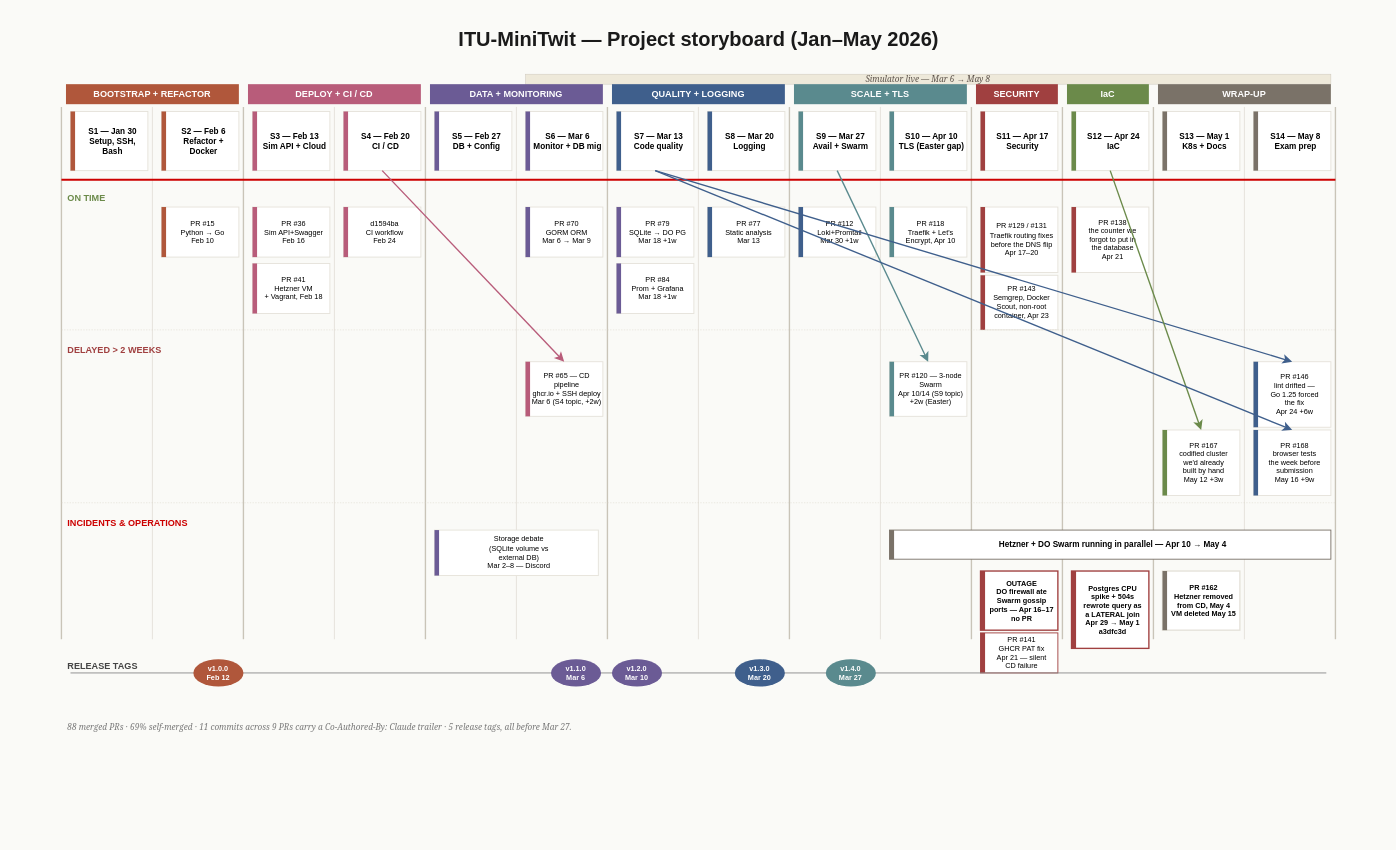
The draw.io diagram report/exam-storyboard.drawio in DevTroopers-ITU/itu-minitwit, before the edit. Source tidied: cells renumbered, new cells numbered last; positions are measured from the earlier drawing's top-left corner, leaving out a move shared by most shapes. Both pictures are drawn from the tidied source at 91%, with x=0, y=0 at pixel (15, 15).
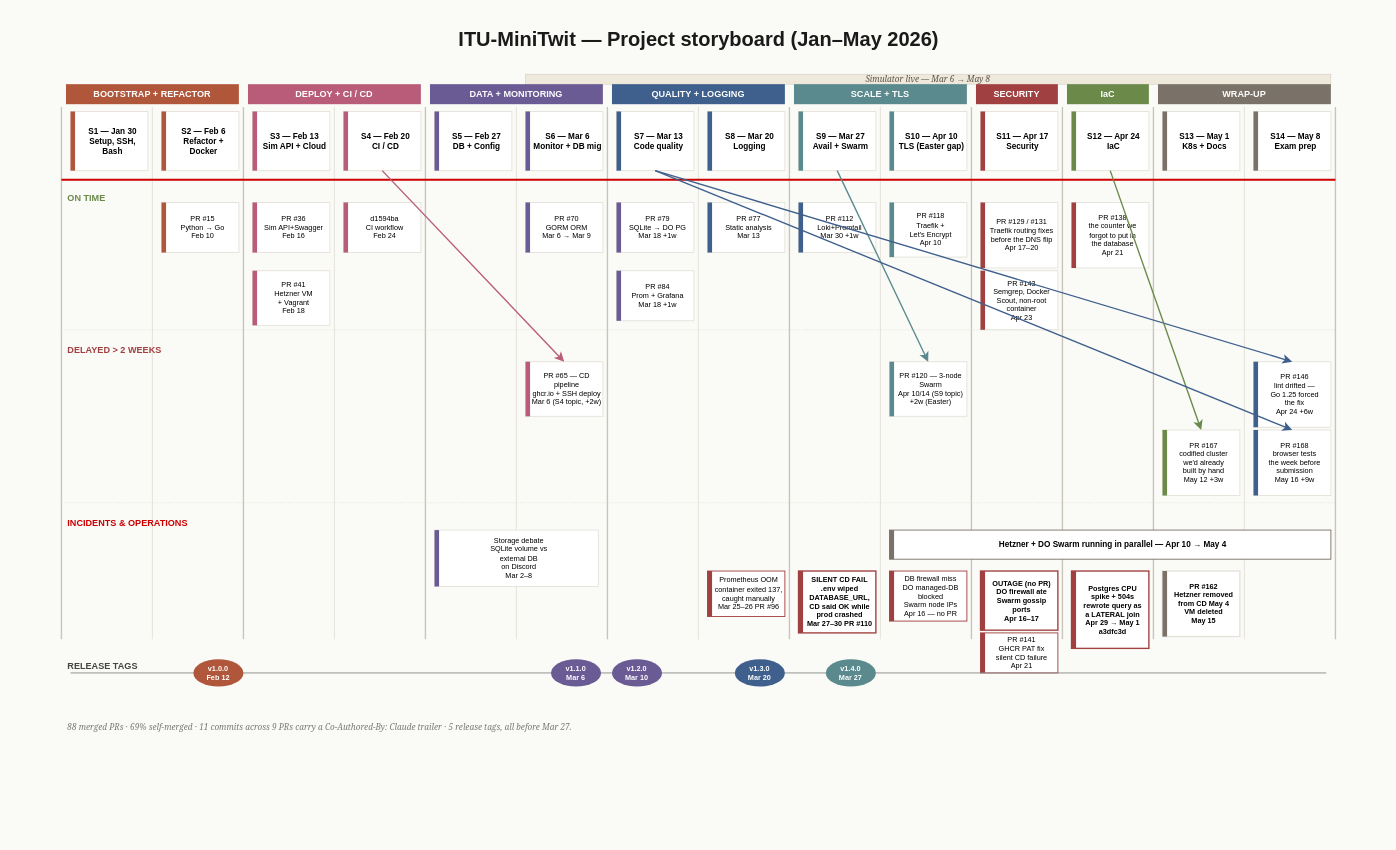
After the change.

Diff of the diagram source:
```diff
@@
     <mxCell id="58" value="PR #15&#10;Python → Go&#10;Feb 10" style="rounded=0;whiteSpace=wrap;html=1;fillColor=#FFFFFF;strokeColor=#E5E2DA;strokeWidth=1;fontSize=8;align=center;verticalAlign=middle;spacingLeft=6;" parent="1" vertex="1">
-      <mxGeometry x="160" y="210" width="85" height="55" as="geometry" />
+      <mxGeometry x="160" y="205" width="85" height="55" as="geometry" />
     </mxCell>
     <mxCell id="59" style="rounded=0;whiteSpace=wrap;html=1;fillColor=#B0573B;strokeColor=none;" parent="1" vertex="1">
-      <mxGeometry x="160" y="210" width="5" height="55" as="geometry" />
+      <mxGeometry x="160" y="205" width="5" height="55" as="geometry" />
     </mxCell>
     <mxCell id="60" value="PR #36&#10;Sim API+Swagger&#10;Feb 16" style="rounded=0;whiteSpace=wrap;html=1;fillColor=#FFFFFF;strokeColor=#E5E2DA;strokeWidth=1;fontSize=8;align=center;verticalAlign=middle;spacingLeft=6;" parent="1" vertex="1">
-      <mxGeometry x="260" y="210" width="85" height="55" as="geometry" />
+      <mxGeometry x="260" y="205" width="85" height="55" as="geometry" />
     </mxCell>
     <mxCell id="61" style="rounded=0;whiteSpace=wrap;html=1;fillColor=#B85C7A;strokeColor=none;" parent="1" vertex="1">
-      <mxGeometry x="260" y="210" width="5" height="55" as="geometry" />
+      <mxGeometry x="260" y="205" width="5" height="55" as="geometry" />
     </mxCell>
-    <mxCell id="62" value="PR #41&#10;Hetzner VM&#10;+ Vagrant, Feb 18" style="rounded=0;whiteSpace=wrap;html=1;fillColor=#FFFFFF;strokeColor=#E5E2DA;strokeWidth=1;fontSize=8;align=center;verticalAlign=middle;spacingLeft=6;" parent="1" vertex="1">
-      <mxGeometry x="260" y="272" width="85" height="55" as="geometry" />
+    <mxCell id="62" value="PR #41&#10;Hetzner VM&#10;+ Vagrant&#10;Feb 18" style="rounded=0;whiteSpace=wrap;html=1;fillColor=#FFFFFF;strokeColor=#E5E2DA;strokeWidth=1;fontSize=8;align=center;verticalAlign=middle;spacingLeft=6;" parent="1" vertex="1">
+      <mxGeometry x="260" y="280" width="85" height="60" as="geometry" />
     </mxCell>
     <mxCell id="63" style="rounded=0;whiteSpace=wrap;html=1;fillColor=#B85C7A;strokeColor=none;" parent="1" vertex="1">
-      <mxGeometry x="260" y="272" width="5" height="55" as="geometry" />
+      <mxGeometry x="260" y="280" width="5" height="60" as="geometry" />
     </mxCell>
     <mxCell id="64" value="d1594ba&#10;CI workflow&#10;Feb 24" style="rounded=0;whiteSpace=wrap;html=1;fillColor=#FFFFFF;strokeColor=#E5E2DA;strokeWidth=1;fontSize=8;align=center;verticalAlign=middle;spacingLeft=6;" parent="1" vertex="1">
-      <mxGeometry x="360" y="210" width="85" height="55" as="geometry" />
+      <mxGeometry x="360" y="205" width="85" height="55" as="geometry" />
     </mxCell>
     <mxCell id="65" style="rounded=0;whiteSpace=wrap;html=1;fillColor=#B85C7A;strokeColor=none;" parent="1" vertex="1">
-      <mxGeometry x="360" y="210" width="5" height="55" as="geometry" />
+      <mxGeometry x="360" y="205" width="5" height="55" as="geometry" />
     </mxCell>
     <mxCell id="66" value="PR #70&#10;GORM ORM&#10;Mar 6 → Mar 9" style="rounded=0;whiteSpace=wrap;html=1;fillColor=#FFFFFF;strokeColor=#E5E2DA;strokeWidth=1;fontSize=8;align=center;verticalAlign=middle;spacingLeft=6;" parent="1" vertex="1">
-      <mxGeometry x="560" y="210" width="85" height="55" as="geometry" />
+      <mxGeometry x="560" y="205" width="85" height="55" as="geometry" />
     </mxCell>
     <mxCell id="67" style="rounded=0;whiteSpace=wrap;html=1;fillColor=#6B5B95;strokeColor=none;" parent="1" vertex="1">
-      <mxGeometry x="560" y="210" width="5" height="55" as="geometry" />
+      <mxGeometry x="560" y="205" width="5" height="55" as="geometry" />
     </mxCell>
     <mxCell id="68" value="PR #79&#10;SQLite → DO PG&#10;Mar 18  +1w" style="rounded=0;whiteSpace=wrap;html=1;fillColor=#FFFFFF;strokeColor=#E5E2DA;strokeWidth=1;fontSize=8;align=center;verticalAlign=middle;spacingLeft=6;" parent="1" vertex="1">
-      <mxGeometry x="660" y="210" width="85" height="55" as="geometry" />
+      <mxGeometry x="660" y="205" width="85" height="55" as="geometry" />
     </mxCell>
     <mxCell id="69" style="rounded=0;whiteSpace=wrap;html=1;fillColor=#6B5B95;strokeColor=none;" parent="1" vertex="1">
-      <mxGeometry x="660" y="210" width="5" height="55" as="geometry" />
+      <mxGeometry x="660" y="205" width="5" height="55" as="geometry" />
     </mxCell>
     <mxCell id="70" value="PR #84&#10;Prom + Grafana&#10;Mar 18  +1w" style="rounded=0;whiteSpace=wrap;html=1;fillColor=#FFFFFF;strokeColor=#E5E2DA;strokeWidth=1;fontSize=8;align=center;verticalAlign=middle;spacingLeft=6;" parent="1" vertex="1">
-      <mxGeometry x="660" y="272" width="85" height="55" as="geometry" />
+      <mxGeometry x="660" y="280" width="85" height="55" as="geometry" />
     </mxCell>
     <mxCell id="71" style="rounded=0;whiteSpace=wrap;html=1;fillColor=#6B5B95;strokeColor=none;" parent="1" vertex="1">
-      <mxGeometry x="660" y="272" width="5" height="55" as="geometry" />
+      <mxGeometry x="660" y="280" width="5" height="55" as="geometry" />
     </mxCell>
     <mxCell id="72" value="PR #77&#10;Static analysis&#10;Mar 13" style="rounded=0;whiteSpace=wrap;html=1;fillColor=#FFFFFF;strokeColor=#E5E2DA;strokeWidth=1;fontSize=8;align=center;verticalAlign=middle;spacingLeft=6;" parent="1" vertex="1">
-      <mxGeometry x="760" y="210" width="85" height="55" as="geometry" />
+      <mxGeometry x="760" y="205" width="85" height="55" as="geometry" />
     </mxCell>
     <mxCell id="73" style="rounded=0;whiteSpace=wrap;html=1;fillColor=#3F5F8C;strokeColor=none;" parent="1" vertex="1">
-      <mxGeometry x="760" y="210" width="5" height="55" as="geometry" />
+      <mxGeometry x="760" y="205" width="5" height="55" as="geometry" />
     </mxCell>
     <mxCell id="74" value="PR #112&#10;Loki+Promtail&#10;Mar 30  +1w" style="rounded=0;whiteSpace=wrap;html=1;fillColor=#FFFFFF;strokeColor=#E5E2DA;strokeWidth=1;fontSize=8;align=center;verticalAlign=middle;spacingLeft=6;" parent="1" vertex="1">
-      <mxGeometry x="860" y="210" width="85" height="55" as="geometry" />
+      <mxGeometry x="860" y="205" width="85" height="55" as="geometry" />
     </mxCell>
     <mxCell id="75" style="rounded=0;whiteSpace=wrap;html=1;fillColor=#3F5F8C;strokeColor=none;" parent="1" vertex="1">
-      <mxGeometry x="860" y="210" width="5" height="55" as="geometry" />
+      <mxGeometry x="860" y="205" width="5" height="55" as="geometry" />
     </mxCell>
-    <mxCell id="76" value="PR #118&#10;Traefik + Let's&#10;Encrypt, Apr 10" style="rounded=0;whiteSpace=wrap;html=1;fillColor=#FFFFFF;strokeColor=#E5E2DA;strokeWidth=1;fontSize=8;align=center;verticalAlign=middle;spacingLeft=6;" parent="1" vertex="1">
-      <mxGeometry x="960" y="210" width="85" height="55" as="geometry" />
+    <mxCell id="76" value="PR #118&#10;Traefik +&#10;Let's Encrypt&#10;Apr 10" style="rounded=0;whiteSpace=wrap;html=1;fillColor=#FFFFFF;strokeColor=#E5E2DA;strokeWidth=1;fontSize=8;align=center;verticalAlign=middle;spacingLeft=6;" parent="1" vertex="1">
+      <mxGeometry x="960" y="205" width="85" height="60" as="geometry" />
     </mxCell>
     <mxCell id="77" style="rounded=0;whiteSpace=wrap;html=1;fillColor=#5A8A8E;strokeColor=none;" parent="1" vertex="1">
-      <mxGeometry x="960" y="210" width="5" height="55" as="geometry" />
+      <mxGeometry x="960" y="205" width="5" height="60" as="geometry" />
     </mxCell>
     <mxCell id="78" value="PR #129 / #131&#10;Traefik routing fixes&#10;before the DNS flip&#10;Apr 17–20" style="rounded=0;whiteSpace=wrap;html=1;fillColor=#FFFFFF;strokeColor=#E5E2DA;strokeWidth=1;fontSize=8;align=center;verticalAlign=middle;spacingLeft=6;" parent="1" vertex="1">
-      <mxGeometry x="1060" y="210" width="85" height="72" as="geometry" />
+      <mxGeometry x="1060" y="205" width="85" height="72" as="geometry" />
     </mxCell>
     <mxCell id="79" style="rounded=0;whiteSpace=wrap;html=1;fillColor=#A04040;strokeColor=none;" parent="1" vertex="1">
-      <mxGeometry x="1060" y="210" width="5" height="72" as="geometry" />
+      <mxGeometry x="1060" y="205" width="5" height="72" as="geometry" />
     </mxCell>
     <mxCell id="80" value="PR #138&#10;the counter we&#10;forgot to put in&#10;the database&#10;Apr 21" style="rounded=0;whiteSpace=wrap;html=1;fillColor=#FFFFFF;strokeColor=#E5E2DA;strokeWidth=1;fontSize=8;align=center;verticalAlign=middle;spacingLeft=6;" parent="1" vertex="1">
-      <mxGeometry x="1160" y="210" width="85" height="72" as="geometry" />
+      <mxGeometry x="1160" y="205" width="85" height="72" as="geometry" />
     </mxCell>
     <mxCell id="81" style="rounded=0;whiteSpace=wrap;html=1;fillColor=#A04040;strokeColor=none;" parent="1" vertex="1">
-      <mxGeometry x="1160" y="210" width="5" height="72" as="geometry" />
+      <mxGeometry x="1160" y="205" width="5" height="72" as="geometry" />
     </mxCell>
-    <mxCell id="82" value="PR #143&#10;Semgrep, Docker&#10;Scout, non-root&#10;container, Apr 23" style="rounded=0;whiteSpace=wrap;html=1;fillColor=#FFFFFF;strokeColor=#E5E2DA;strokeWidth=1;fontSize=8;align=center;verticalAlign=middle;spacingLeft=6;" parent="1" vertex="1">
-      <mxGeometry x="1060" y="285" width="85" height="60" as="geometry" />
+    <mxCell id="82" value="PR #143&#10;Semgrep, Docker&#10;Scout, non-root&#10;container&#10;Apr 23" style="rounded=0;whiteSpace=wrap;html=1;fillColor=#FFFFFF;strokeColor=#E5E2DA;strokeWidth=1;fontSize=8;align=center;verticalAlign=middle;spacingLeft=6;" parent="1" vertex="1">
+      <mxGeometry x="1060" y="280" width="85" height="65" as="geometry" />
     </mxCell>
     <mxCell id="83" style="rounded=0;whiteSpace=wrap;html=1;fillColor=#A04040;strokeColor=none;" parent="1" vertex="1">
-      <mxGeometry x="1060" y="285" width="5" height="60" as="geometry" />
+      <mxGeometry x="1060" y="280" width="5" height="65" as="geometry" />
     </mxCell>
@@
-    <mxCell id="103" value="Storage debate&#10;(SQLite volume vs&#10;external DB)&#10;Mar 2–8 — Discord" style="rounded=0;whiteSpace=wrap;html=1;fillColor=#FFFFFF;strokeColor=#E5E2DA;strokeWidth=1;fontSize=8;align=center;verticalAlign=middle;spacingLeft=6;" parent="1" vertex="1">
-      <mxGeometry x="460" y="565" width="180" height="50" as="geometry" />
+    <mxCell id="103" value="Storage debate&#10;SQLite volume vs&#10;external DB&#10;on Discord&#10;Mar 2–8" style="rounded=0;whiteSpace=wrap;html=1;fillColor=#FFFFFF;strokeColor=#E5E2DA;strokeWidth=1;fontSize=8;align=center;verticalAlign=middle;spacingLeft=6;" parent="1" vertex="1">
+      <mxGeometry x="460" y="565" width="180" height="62" as="geometry" />
     </mxCell>
     <mxCell id="104" style="rounded=0;whiteSpace=wrap;html=1;fillColor=#6B5B95;strokeColor=none;" parent="1" vertex="1">
-      <mxGeometry x="460" y="565" width="5" height="50" as="geometry" />
+      <mxGeometry x="460" y="565" width="5" height="62" as="geometry" />
     </mxCell>
@@
+    <mxCell id="123" value="Prometheus OOM&#10;container exited 137,&#10;caught manually&#10;Mar 25–26  PR #96" style="rounded=0;whiteSpace=wrap;html=1;fillColor=#FFFFFF;strokeColor=#A04040;strokeWidth=1;fontSize=8;align=center;verticalAlign=middle;spacingLeft=6;" parent="1" vertex="1">
+      <mxGeometry x="760" y="610" width="85" height="50" as="geometry" />
+    </mxCell>
+    <mxCell id="124" style="rounded=0;whiteSpace=wrap;html=1;fillColor=#A04040;strokeColor=none;" parent="1" vertex="1">
+      <mxGeometry x="760" y="610" width="5" height="50" as="geometry" />
+    </mxCell>
+    <mxCell id="125" value="SILENT CD FAIL&#10;.env wiped DATABASE_URL,&#10;CD said OK while&#10;prod crashed&#10;Mar 27–30  PR #110" style="rounded=0;whiteSpace=wrap;html=1;fillColor=#FFFFFF;strokeColor=#A04040;strokeWidth=1.5;fontSize=8;fontStyle=1;align=center;verticalAlign=middle;spacingLeft=6;" parent="1" vertex="1">
+      <mxGeometry x="860" y="610" width="85" height="68" as="geometry" />
+    </mxCell>
+    <mxCell id="126" style="rounded=0;whiteSpace=wrap;html=1;fillColor=#A04040;strokeColor=none;" parent="1" vertex="1">
+      <mxGeometry x="860" y="610" width="5" height="68" as="geometry" />
+    </mxCell>
+    <mxCell id="127" value="DB firewall miss&#10;DO managed-DB blocked&#10;Swarm node IPs&#10;Apr 16 — no PR" style="rounded=0;whiteSpace=wrap;html=1;fillColor=#FFFFFF;strokeColor=#A04040;strokeWidth=1;fontSize=8;align=center;verticalAlign=middle;spacingLeft=6;" parent="1" vertex="1">
+      <mxGeometry x="960" y="610" width="85" height="55" as="geometry" />
+    </mxCell>
+    <mxCell id="128" style="rounded=0;whiteSpace=wrap;html=1;fillColor=#A04040;strokeColor=none;" parent="1" vertex="1">
+      <mxGeometry x="960" y="610" width="5" height="55" as="geometry" />
+    </mxCell>
-    <mxCell id="107" value="OUTAGE&#10;DO firewall ate&#10;Swarm gossip&#10;ports — Apr 16–17&#10;no PR" style="rounded=0;whiteSpace=wrap;html=1;fillColor=#FFFFFF;strokeColor=#A04040;strokeWidth=1.5;fontSize=8;fontStyle=1;align=center;verticalAlign=middle;spacingLeft=6;" parent="1" vertex="1">
+    <mxCell id="107" value="OUTAGE (no PR)&#10;DO firewall ate&#10;Swarm gossip&#10;ports&#10;Apr 16–17" style="rounded=0;whiteSpace=wrap;html=1;fillColor=#FFFFFF;strokeColor=#A04040;strokeWidth=1.5;fontSize=8;fontStyle=1;align=center;verticalAlign=middle;spacingLeft=6;" parent="1" vertex="1">
       <mxGeometry x="1060" y="610" width="85" height="65" as="geometry" />
     </mxCell>
@@
-    <mxCell id="109" value="PR #141&#10;GHCR PAT fix&#10;Apr 21 — silent&#10;CD failure" style="rounded=0;whiteSpace=wrap;html=1;fillColor=#FFFFFF;strokeColor=#A04040;strokeWidth=1;fontSize=8;align=center;verticalAlign=middle;spacingLeft=6;" parent="1" vertex="1">
+    <mxCell id="109" value="PR #141&#10;GHCR PAT fix&#10;silent CD failure&#10;Apr 21" style="rounded=0;whiteSpace=wrap;html=1;fillColor=#FFFFFF;strokeColor=#A04040;strokeWidth=1;fontSize=8;align=center;verticalAlign=middle;spacingLeft=6;" parent="1" vertex="1">
       <mxGeometry x="1060" y="678" width="85" height="44" as="geometry" />
     </mxCell>
@@
-    <mxCell id="113" value="PR #162&#10;Hetzner removed&#10;from CD, May 4&#10;VM deleted May 15" style="rounded=0;whiteSpace=wrap;html=1;fillColor=#FFFFFF;strokeColor=#E5E2DA;strokeWidth=1.5;fontSize=8;fontStyle=1;align=center;verticalAlign=middle;spacingLeft=6;" parent="1" vertex="1">
-      <mxGeometry x="1260" y="610" width="85" height="65" as="geometry" />
+    <mxCell id="113" value="PR #162&#10;Hetzner removed&#10;from CD May 4&#10;VM deleted&#10;May 15" style="rounded=0;whiteSpace=wrap;html=1;fillColor=#FFFFFF;strokeColor=#E5E2DA;strokeWidth=1.5;fontSize=8;fontStyle=1;align=center;verticalAlign=middle;spacingLeft=6;" parent="1" vertex="1">
+      <mxGeometry x="1260" y="610" width="85" height="72" as="geometry" />
     </mxCell>
     <mxCell id="114" style="rounded=0;whiteSpace=wrap;html=1;fillColor=#7A7268;strokeColor=none;" parent="1" vertex="1">
-      <mxGeometry x="1260" y="610" width="5" height="65" as="geometry" />
+      <mxGeometry x="1260" y="610" width="5" height="72" as="geometry" />
     </mxCell>
```
